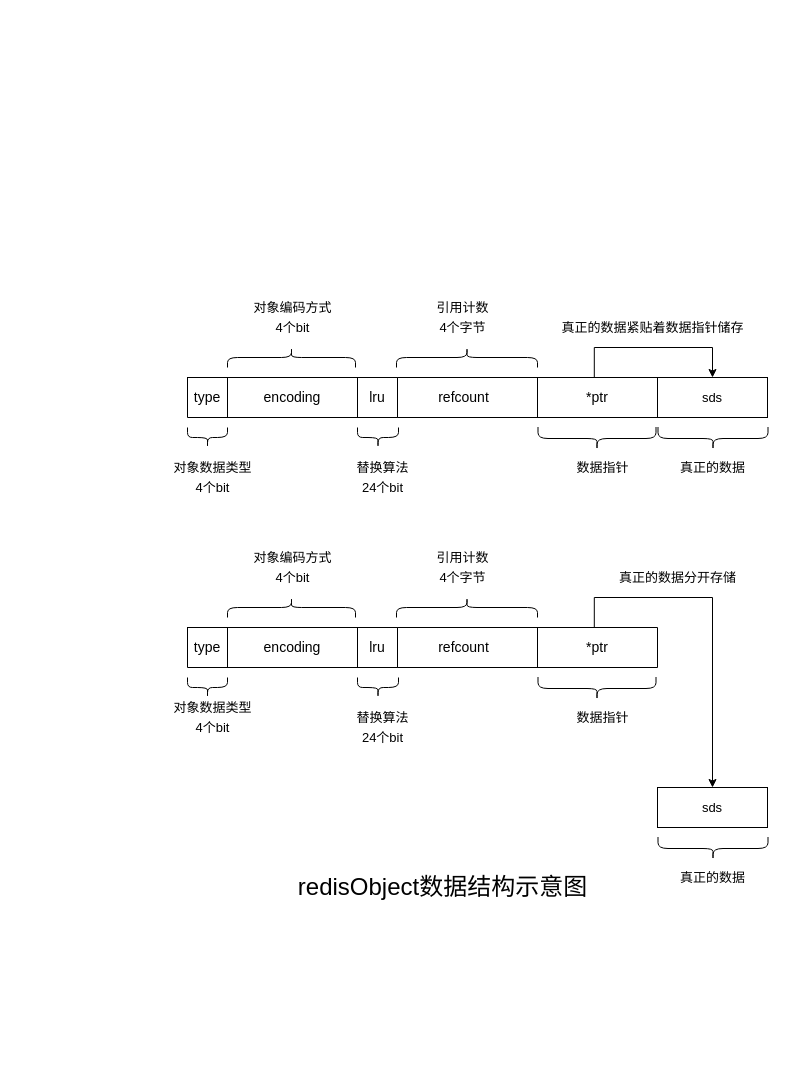
Earlier version of the draw.io diagram drawio/redisObject数据结构.drawio (guitarock/my-pics). Source tidied: cells renumbered, new cells numbered last; positions are measured from the earlier drawing's top-left corner, leaving out a move shared by most shapes. Both pictures are drawn from the tidied source at 100%, with x=0, y=0 at pixel (87, 297).
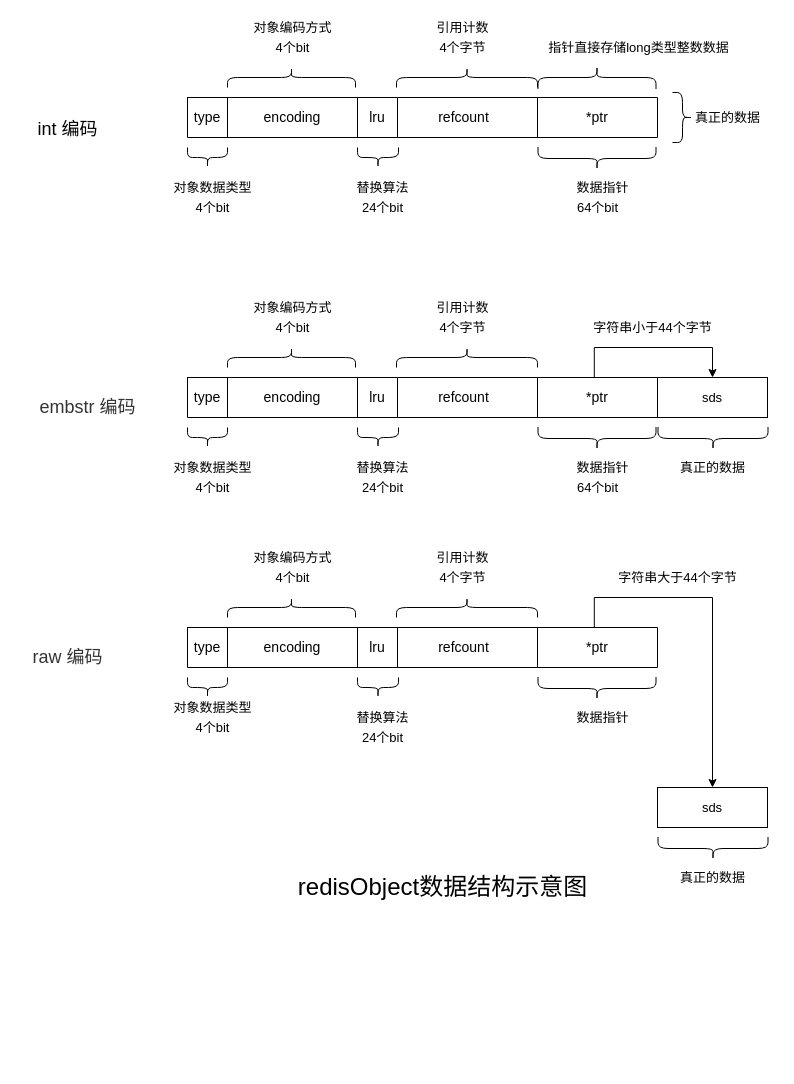
After the change.

Commit message:
完善redisObject数据结构示意图.drawio

The change refers to these unchanged cells:
```xml
<mxCell id="5" style="group;" parent="1" vertex="1">
  <mxGeometry x="100" width="580" height="200" as="geometry" />
</mxCell>
<mxCell id="36" style="group;" parent="1" vertex="1">
  <mxGeometry x="100" y="250" width="590" height="200" as="geometry" />
</mxCell>
```

The edit, as a diff of the source:
```diff
@@
     <mxCell id="2" style="group;" parent="1" vertex="1">
-      <mxGeometry y="490" width="90" height="40" as="geometry" />
+      <mxGeometry x="-70" y="210" width="90" height="40" as="geometry" />
     </mxCell>
     <mxCell id="3" value="&lt;font style=&quot;font-size: 13px&quot;&gt;对象数据类型&lt;/font&gt;" style="text;html=1;align=center;verticalAlign=middle;fillColor=none;strokeColor=none;rounded=0;fontSize=14;" parent="2" vertex="1">
-      <mxGeometry x="80" y="-330" width="90" height="20" as="geometry" />
+      <mxGeometry x="150" y="-50" width="90" height="20" as="geometry" />
     </mxCell>
     <mxCell id="4" value="&lt;font style=&quot;font-size: 13px&quot;&gt;4个bit&lt;/font&gt;" style="text;html=1;align=center;verticalAlign=middle;fillColor=none;strokeColor=none;rounded=0;fontSize=14;" parent="2" vertex="1">
-      <mxGeometry x="100" y="-310" width="50" height="20" as="geometry" />
+      <mxGeometry x="170" y="-30" width="50" height="20" as="geometry" />
     </mxCell>
@@
-    <mxCell id="35" value="&lt;span style=&quot;font-size: 13px&quot;&gt;真正的数据紧贴着数据指针储存&lt;/span&gt;" style="text;html=1;align=center;verticalAlign=middle;fillColor=none;strokeColor=none;rounded=0;fontSize=14;" parent="5" vertex="1">
-      <mxGeometry x="365" y="20" width="200" height="20" as="geometry" />
+    <mxCell id="35" value="&lt;span style=&quot;font-size: 13px&quot;&gt;字符串小于44个字节&lt;/span&gt;" style="text;html=1;align=center;verticalAlign=middle;fillColor=none;strokeColor=none;rounded=0;fontSize=14;" parent="5" vertex="1">
+      <mxGeometry x="400" y="20" width="130" height="20" as="geometry" />
     </mxCell>
+    <mxCell id="75" value="&lt;font style=&quot;font-size: 13px&quot;&gt;64个bit&lt;/font&gt;" style="text;html=1;align=center;verticalAlign=middle;fillColor=none;strokeColor=none;rounded=0;fontSize=14;" parent="5" vertex="1">
+      <mxGeometry x="380" y="180" width="60" height="20" as="geometry" />
+    </mxCell>
@@
-    <mxCell id="65" value="&lt;span style=&quot;font-size: 13px&quot;&gt;真正的数据分开存储&lt;/span&gt;" style="text;html=1;align=center;verticalAlign=middle;fillColor=none;strokeColor=none;rounded=0;fontSize=14;" parent="36" vertex="1">
+    <mxCell id="65" value="&lt;span style=&quot;font-size: 13px&quot;&gt;字符串大于44个字节&lt;/span&gt;" style="text;html=1;align=center;verticalAlign=middle;fillColor=none;strokeColor=none;rounded=0;fontSize=14;" parent="36" vertex="1">
       <mxGeometry x="425" y="20" width="130" height="20" as="geometry" />
     </mxCell>
@@
     <mxCell id="67" style="group;" parent="1" vertex="1">
-      <mxGeometry y="730" width="90" height="40" as="geometry" />
+      <mxGeometry x="-70" y="450" width="90" height="40" as="geometry" />
     </mxCell>
     <mxCell id="68" value="&lt;font style=&quot;font-size: 13px&quot;&gt;对象数据类型&lt;/font&gt;" style="text;html=1;align=center;verticalAlign=middle;fillColor=none;strokeColor=none;rounded=0;fontSize=14;" parent="67" vertex="1">
-      <mxGeometry x="80" y="-330" width="90" height="20" as="geometry" />
+      <mxGeometry x="150" y="-50" width="90" height="20" as="geometry" />
     </mxCell>
     <mxCell id="69" value="&lt;font style=&quot;font-size: 13px&quot;&gt;4个bit&lt;/font&gt;" style="text;html=1;align=center;verticalAlign=middle;fillColor=none;strokeColor=none;rounded=0;fontSize=14;" parent="67" vertex="1">
-      <mxGeometry x="100" y="-310" width="50" height="20" as="geometry" />
+      <mxGeometry x="170" y="-30" width="50" height="20" as="geometry" />
     </mxCell>
@@
+    <mxCell id="76" value="&lt;font style=&quot;font-size: 13px&quot;&gt;对象数据类型&lt;/font&gt;" style="text;html=1;align=center;verticalAlign=middle;fillColor=none;strokeColor=none;rounded=0;fontSize=14;" parent="1" vertex="1">
+      <mxGeometry x="80" y="-120" width="90" height="20" as="geometry" />
+    </mxCell>
+    <mxCell id="77" value="&lt;font style=&quot;font-size: 13px&quot;&gt;4个bit&lt;/font&gt;" style="text;html=1;align=center;verticalAlign=middle;fillColor=none;strokeColor=none;rounded=0;fontSize=14;" parent="1" vertex="1">
+      <mxGeometry x="100" y="-100" width="50" height="20" as="geometry" />
+    </mxCell>
+    <mxCell id="78" style="group;" parent="1" vertex="1">
+      <mxGeometry x="30" y="-280" width="655" height="200" as="geometry" />
+    </mxCell>
+    <mxCell id="79" style="group;" parent="78" vertex="1">
+      <mxGeometry x="70" y="50" width="470" height="100" as="geometry" />
+    </mxCell>
+    <mxCell id="80" style="group;" parent="79" vertex="1">
+      <mxGeometry y="30" width="470" height="40" as="geometry" />
+    </mxCell>
+    <mxCell id="81" style="shape=table;html=1;whiteSpace=wrap;startSize=0;childLayout=tableLayout;fontSize=14;" parent="80" vertex="1">
+      <mxGeometry x="70" width="400" height="40" as="geometry" />
+    </mxCell>
+    <mxCell id="82" style="shape=partialRectangle;html=1;whiteSpace=wrap;fillColor=none;top=0;left=0;bottom=0;right=0;fontSize=14;" parent="81" vertex="1">
+      <mxGeometry width="400" height="40" as="geometry" />
+    </mxCell>
+    <mxCell id="83" style="shape=partialRectangle;html=1;whiteSpace=wrap;fillColor=none;top=0;left=0;bottom=0;right=0;overflow=hidden;fontSize=14;" parent="82" vertex="1">
+      <mxGeometry width="133" height="40" as="geometry" />
+    </mxCell>
+    <mxCell id="84" value="refcount" style="shape=partialRectangle;html=1;whiteSpace=wrap;fillColor=none;top=0;left=0;bottom=0;right=0;overflow=hidden;fontSize=14;" parent="82" vertex="1">
+      <mxGeometry x="133" width="147" height="40" as="geometry" />
+    </mxCell>
+    <mxCell id="85" value="*ptr" style="shape=partialRectangle;html=1;whiteSpace=wrap;fillColor=none;top=0;left=0;bottom=0;right=0;overflow=hidden;fontSize=14;" parent="82" vertex="1">
+      <mxGeometry x="280" width="120" height="40" as="geometry" />
+    </mxCell>
+    <mxCell id="86" style="shape=table;html=1;whiteSpace=wrap;startSize=0;childLayout=tableLayout;fontSize=14;" parent="80" vertex="1">
+      <mxGeometry width="210" height="40" as="geometry" />
+    </mxCell>
+    <mxCell id="87" style="shape=partialRectangle;html=1;whiteSpace=wrap;fillColor=none;top=0;left=0;bottom=0;right=0;fontSize=14;" parent="86" vertex="1">
+      <mxGeometry width="210" height="40" as="geometry" />
+    </mxCell>
+    <mxCell id="88" value="type" style="shape=partialRectangle;html=1;whiteSpace=wrap;fillColor=none;top=0;left=0;bottom=0;right=0;overflow=hidden;fontSize=14;" parent="87" vertex="1">
+      <mxGeometry width="40" height="40" as="geometry" />
+    </mxCell>
+    <mxCell id="89" value="encoding" style="shape=partialRectangle;html=1;whiteSpace=wrap;fillColor=none;top=0;left=0;bottom=0;right=0;overflow=hidden;fontSize=14;" parent="87" vertex="1">
+      <mxGeometry x="40" width="130" height="40" as="geometry" />
+    </mxCell>
+    <mxCell id="90" value="lru" style="shape=partialRectangle;html=1;whiteSpace=wrap;fillColor=none;top=0;left=0;bottom=0;right=0;overflow=hidden;fontSize=14;" parent="87" vertex="1">
+      <mxGeometry x="170" width="40" height="40" as="geometry" />
+    </mxCell>
+    <mxCell id="91" style="shape=curlyBracket;whiteSpace=wrap;html=1;rounded=1;flipH=1;fontSize=14;direction=north;size=0.5;" parent="79" vertex="1">
+      <mxGeometry y="80" width="40" height="20" as="geometry" />
+    </mxCell>
+    <mxCell id="92" style="shape=curlyBracket;whiteSpace=wrap;html=1;rounded=1;flipH=1;fontSize=14;direction=south;" parent="79" vertex="1">
+      <mxGeometry x="40" width="128" height="20" as="geometry" />
+    </mxCell>
+    <mxCell id="93" style="shape=curlyBracket;whiteSpace=wrap;html=1;rounded=1;flipH=1;fontSize=14;direction=north;" parent="79" vertex="1">
+      <mxGeometry x="170" y="80" width="41" height="20" as="geometry" />
+    </mxCell>
+    <mxCell id="94" style="shape=curlyBracket;whiteSpace=wrap;html=1;rounded=1;flipH=1;fontSize=14;direction=south;" parent="79" vertex="1">
+      <mxGeometry x="209" width="141" height="20" as="geometry" />
+    </mxCell>
+    <mxCell id="95" style="shape=curlyBracket;whiteSpace=wrap;html=1;rounded=1;flipH=1;fontSize=14;direction=north;" parent="79" vertex="1">
+      <mxGeometry x="350.5" y="79.5" width="118" height="23" as="geometry" />
+    </mxCell>
+    <mxCell id="96" style="group;" parent="78" vertex="1">
+      <mxGeometry x="130" width="90" height="40" as="geometry" />
+    </mxCell>
+    <mxCell id="97" value="&lt;font style=&quot;font-size: 13px&quot;&gt;对象编码方式&lt;/font&gt;" style="text;html=1;align=center;verticalAlign=middle;fillColor=none;strokeColor=none;rounded=0;fontSize=14;" parent="96" vertex="1">
+      <mxGeometry width="90" height="20" as="geometry" />
+    </mxCell>
+    <mxCell id="98" value="&lt;font style=&quot;font-size: 13px&quot;&gt;4个bit&lt;/font&gt;" style="text;html=1;align=center;verticalAlign=middle;fillColor=none;strokeColor=none;rounded=0;fontSize=14;" parent="96" vertex="1">
+      <mxGeometry x="20" y="20" width="50" height="20" as="geometry" />
+    </mxCell>
+    <mxCell id="99" style="group;" parent="78" vertex="1">
+      <mxGeometry x="220" y="160" width="90" height="40" as="geometry" />
+    </mxCell>
+    <mxCell id="100" value="&lt;span style=&quot;font-size: 13px&quot;&gt;替换算法&lt;/span&gt;" style="text;html=1;align=center;verticalAlign=middle;fillColor=none;strokeColor=none;rounded=0;fontSize=14;" parent="99" vertex="1">
+      <mxGeometry x="10" width="70" height="20" as="geometry" />
+    </mxCell>
+    <mxCell id="101" value="&lt;font style=&quot;font-size: 13px&quot;&gt;24个bit&lt;/font&gt;" style="text;html=1;align=center;verticalAlign=middle;fillColor=none;strokeColor=none;rounded=0;fontSize=14;" parent="99" vertex="1">
+      <mxGeometry x="15" y="20" width="60" height="20" as="geometry" />
+    </mxCell>
+    <mxCell id="102" style="group;" parent="78" vertex="1">
+      <mxGeometry x="300" width="91" height="40" as="geometry" />
+    </mxCell>
+    <mxCell id="103" value="&lt;span style=&quot;font-size: 13px&quot;&gt;引用计数&lt;/span&gt;" style="text;html=1;align=center;verticalAlign=middle;fillColor=none;strokeColor=none;rounded=0;fontSize=14;" parent="102" vertex="1">
+      <mxGeometry x="10" width="70" height="20" as="geometry" />
+    </mxCell>
+    <mxCell id="104" value="&lt;font style=&quot;font-size: 13px&quot;&gt;4个字节&lt;/font&gt;" style="text;html=1;align=center;verticalAlign=middle;fillColor=none;strokeColor=none;rounded=0;fontSize=14;" parent="102" vertex="1">
+      <mxGeometry x="15" y="20" width="60" height="20" as="geometry" />
+    </mxCell>
+    <mxCell id="105" value="&lt;span style=&quot;font-size: 13px&quot;&gt;数据指针&lt;/span&gt;" style="text;html=1;align=center;verticalAlign=middle;fillColor=none;strokeColor=none;rounded=0;fontSize=14;" parent="78" vertex="1">
+      <mxGeometry x="450" y="160" width="70" height="20" as="geometry" />
+    </mxCell>
+    <mxCell id="106" value="&lt;font style=&quot;font-size: 13px&quot;&gt;64个bit&lt;/font&gt;" style="text;html=1;align=center;verticalAlign=middle;fillColor=none;strokeColor=none;rounded=0;fontSize=14;" parent="78" vertex="1">
+      <mxGeometry x="450" y="180" width="60" height="20" as="geometry" />
+    </mxCell>
+    <mxCell id="107" style="shape=curlyBracket;whiteSpace=wrap;html=1;rounded=1;flipH=1;" parent="78" vertex="1">
+      <mxGeometry x="555" y="75" width="20" height="50" as="geometry" />
+    </mxCell>
+    <mxCell id="108" value="&lt;span style=&quot;font-size: 13px&quot;&gt;真正的数据&lt;/span&gt;" style="text;html=1;align=center;verticalAlign=middle;fillColor=none;strokeColor=none;rounded=0;fontSize=14;" parent="78" vertex="1">
+      <mxGeometry x="570" y="90" width="80" height="20" as="geometry" />
+    </mxCell>
+    <mxCell id="109" style="shape=curlyBracket;whiteSpace=wrap;html=1;rounded=1;flipH=1;fontSize=14;direction=south;" parent="78" vertex="1">
+      <mxGeometry x="420.5" y="48.5" width="118" height="23" as="geometry" />
+    </mxCell>
+    <mxCell id="110" value="&lt;span style=&quot;font-size: 13px&quot;&gt;指针直接存储long类型整数数据&lt;/span&gt;" style="text;html=1;align=center;verticalAlign=middle;fillColor=none;strokeColor=none;rounded=0;fontSize=14;" parent="78" vertex="1">
+      <mxGeometry x="420.5" y="20" width="200" height="20" as="geometry" />
+    </mxCell>
+    <mxCell id="111" value="&lt;font style=&quot;font-weight: normal ; font-size: 18px&quot;&gt;int 编码&lt;/font&gt;" style="text;strokeColor=none;fillColor=none;html=1;fontSize=24;fontStyle=1;verticalAlign=middle;align=center;" parent="1" vertex="1">
+      <mxGeometry x="-70" y="-190" width="100" height="40" as="geometry" />
+    </mxCell>
+    <mxCell id="112" value="&lt;div style=&quot;line-height: 1.75 ; font-size: 14px ; text-align: left&quot;&gt;&lt;span style=&quot;color: rgb(51 , 51 , 51) ; background-color: rgb(255 , 255 , 255) ; font-size: 18px ; font-weight: normal&quot;&gt;embstr 编码&lt;/span&gt;&lt;/div&gt;" style="text;strokeColor=none;fillColor=none;html=1;fontSize=24;fontStyle=1;verticalAlign=middle;align=center;" parent="1" vertex="1">
+      <mxGeometry x="-50" y="90" width="100" height="40" as="geometry" />
+    </mxCell>
+    <mxCell id="113" value="&lt;div style=&quot;line-height: 1.75 ; font-size: 14px ; text-align: left&quot;&gt;&lt;span style=&quot;color: rgb(51 , 51 , 51) ; background-color: rgb(255 , 255 , 255) ; font-size: 18px ; font-weight: normal&quot;&gt;raw 编码&lt;/span&gt;&lt;/div&gt;" style="text;strokeColor=none;fillColor=none;html=1;fontSize=24;fontStyle=1;verticalAlign=middle;align=center;" parent="1" vertex="1">
+      <mxGeometry x="-70" y="340" width="100" height="40" as="geometry" />
+    </mxCell>
```
